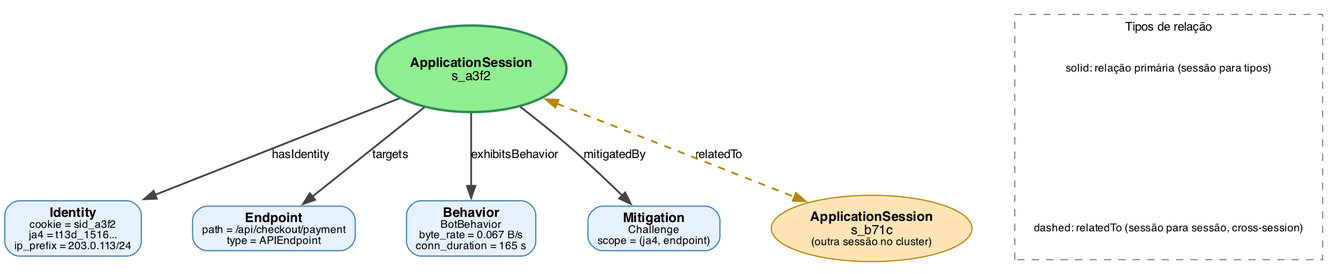
This is docs/figures/png/01-application-session-anatomy.png from Natanael0liveira/knowledge-graph-ddos-article, a Graphviz export, as it was before one commit. Its source is kept beside it as docs/figures/dot/01-application-session-anatomy.dot. The source it was exported from:
```dot

digraph ApplicationSessionAnatomy {
    rankdir=TB;
    bgcolor="white";
    fontname="Helvetica";
    nodesep=0.6;
    ranksep=0.8;

    node [fontname="Helvetica", fontsize=11];
    edge [fontname="Helvetica", fontsize=10, color="#444444"];

    session [
        label=<<B>ApplicationSession</B><BR/>s_a3f2>,
        shape=ellipse,
        style="filled,bold",
        fillcolor="#90EE90",
        color="#2E8B57",
        penwidth=2,
        width=2.2,
        height=1.0
    ];

    identity [
        label=<<B>Identity</B><BR/><FONT POINT-SIZE="9">cookie = sid_a3f2<BR/>ja4 = t13d_1516...<BR/>ip_prefix = 203.0.113/24</FONT>>,
        shape=box,
        style="filled,rounded",
        fillcolor="#E6F2FF",
        color="#4682B4"
    ];

    endpoint [
        label=<<B>Endpoint</B><BR/><FONT POINT-SIZE="9">path = /api/checkout/payment<BR/>type = APIEndpoint</FONT>>,
        shape=box,
        style="filled,rounded",
        fillcolor="#E6F2FF",
        color="#4682B4"
    ];

    behavior [
        label=<<B>Behavior</B><BR/><FONT POINT-SIZE="9">BotBehavior<BR/>byte_rate = 0.067 B/s<BR/>conn_duration = 165 s</FONT>>,
        shape=box,
        style="filled,rounded",
        fillcolor="#E6F2FF",
        color="#4682B4"
    ];

    mitigation [
        label=<<B>Mitigation</B><BR/><FONT POINT-SIZE="9">Challenge<BR/>scope = (ja4, endpoint)</FONT>>,
        shape=box,
        style="filled,rounded",
        fillcolor="#E6F2FF",
        color="#4682B4"
    ];

    other_session [
        label=<<B>ApplicationSession</B><BR/>s_b71c<BR/><FONT POINT-SIZE="9">(outra sessão no cluster)</FONT>>,
        shape=ellipse,
        style="filled",
        fillcolor="#FFE4B5",
        color="#B8860B"
    ];

    session -> identity [label="hasIdentity", penwidth=1.5];
    session -> endpoint [label="targets", penwidth=1.5];
    session -> behavior [label="exhibitsBehavior", penwidth=1.5];
    session -> mitigation [label="mitigatedBy", penwidth=1.5];
    session -> other_session [
        label="relatedTo",
        style=dashed,
        dir=both,
        penwidth=1.5,
        color="#B8860B"
    ];

    subgraph cluster_legend {
        label="Tipos de relação";
        style=dashed;
        color="#888888";
        fontsize=10;
        legend_solid [shape=plaintext, label=<<FONT POINT-SIZE="9">solid: relação primária (sessão para tipos)</FONT>>];
        legend_dashed [shape=plaintext, label=<<FONT POINT-SIZE="9">dashed: relatedTo (sessão para sessão, cross-session)</FONT>>];
        legend_solid -> legend_dashed [style=invis];
    }
}
```
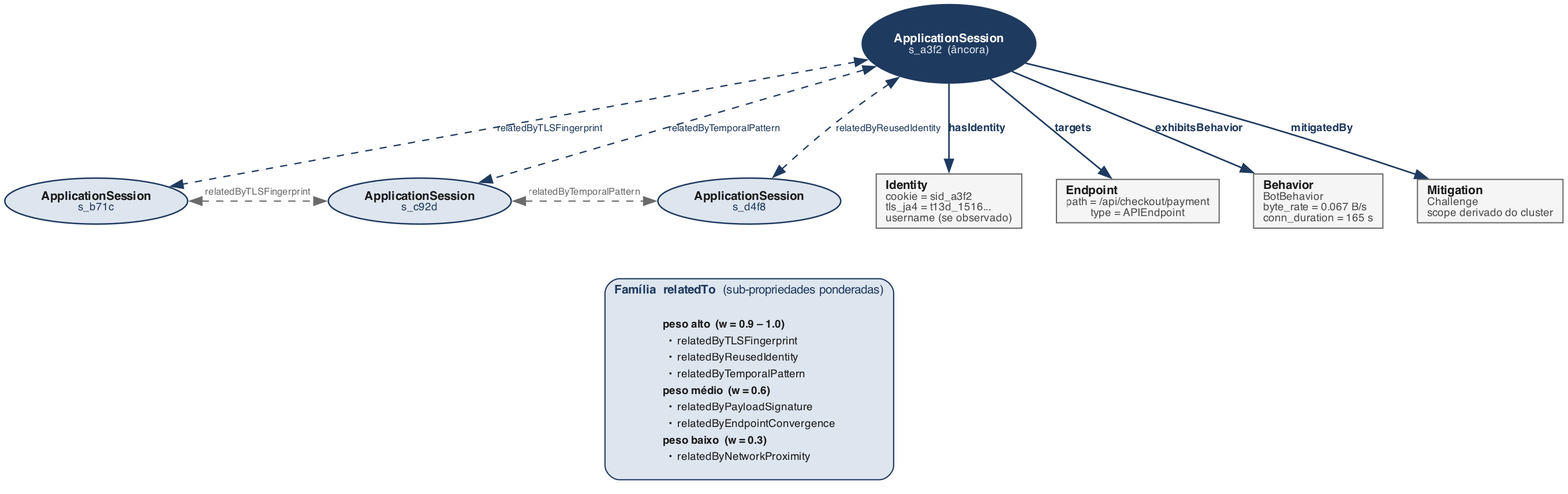
After the commit.

What changed in the source:
```diff
@@ -3,82 +3,146 @@
     rankdir=TB;
     bgcolor="white";
     fontname="Helvetica";
-    nodesep=0.6;
-    ranksep=0.8;
+    fontsize=11;
+    nodesep=0.4;
+    ranksep=0.9;
+    compound=true;
 
-    node [fontname="Helvetica", fontsize=11];
-    edge [fontname="Helvetica", fontsize=10, color="#444444"];
+    node [fontname="Helvetica", fontsize=10, fontcolor="#1A1A1A"];
+    edge [fontname="Helvetica", fontsize=9, color="#6B6B6B", fontcolor="#4A4A4A"];
 
-    session [
-        label=<<B>ApplicationSession</B><BR/>s_a3f2>,
+    s_anchor [
+        label=<<B>ApplicationSession</B><BR/><FONT POINT-SIZE="9" COLOR="#DDE5EE">s_a3f2  (âncora)</FONT>>,
         shape=ellipse,
-        style="filled,bold",
-        fillcolor="#90EE90",
-        color="#2E8B57",
-        penwidth=2,
-        width=2.2,
-        height=1.0
+        style=filled,
+        fillcolor="#1F3A5F",
+        fontcolor="white",
+        color="#1F3A5F",
+        penwidth=1.5,
+        width=2.0,
+        height=0.9
+    ];
+
+    s_b71c [
+        label=<<B>ApplicationSession</B><BR/><FONT POINT-SIZE="9" COLOR="#1F3A5F">s_b71c</FONT>>,
+        shape=ellipse,
+        style=filled,
+        fillcolor="#DDE5EE",
+        color="#1F3A5F",
+        penwidth=1.2,
+        width=1.6
+    ];
+    s_c92d [
+        label=<<B>ApplicationSession</B><BR/><FONT POINT-SIZE="9" COLOR="#1F3A5F">s_c92d</FONT>>,
+        shape=ellipse,
+        style=filled,
+        fillcolor="#DDE5EE",
+        color="#1F3A5F",
+        penwidth=1.2,
+        width=1.6
+    ];
+    s_d4f8 [
+        label=<<B>ApplicationSession</B><BR/><FONT POINT-SIZE="9" COLOR="#1F3A5F">s_d4f8</FONT>>,
+        shape=ellipse,
+        style=filled,
+        fillcolor="#DDE5EE",
+        color="#1F3A5F",
+        penwidth=1.2,
+        width=1.6
+    ];
+
+    s_anchor -> s_b71c [
+        label=<<FONT POINT-SIZE="8">relatedByTLSFingerprint</FONT>>,
+        style=dashed, dir=both, color="#1F3A5F", penwidth=1.1, fontcolor="#1F3A5F"
+    ];
+    s_anchor -> s_c92d [
+        label=<<FONT POINT-SIZE="8">relatedByTemporalPattern</FONT>>,
+        style=dashed, dir=both, color="#1F3A5F", penwidth=1.1, fontcolor="#1F3A5F"
+    ];
+    s_anchor -> s_d4f8 [
+        label=<<FONT POINT-SIZE="8">relatedByReusedIdentity</FONT>>,
+        style=dashed, dir=both, color="#1F3A5F", penwidth=1.1, fontcolor="#1F3A5F"
+    ];
+    s_b71c -> s_c92d [
+        label=<<FONT POINT-SIZE="8">relatedByTLSFingerprint</FONT>>,
+        style=dashed, dir=both, color="#6B6B6B", penwidth=1.0, fontcolor="#6B6B6B",
+        constraint=false
+    ];
+    s_c92d -> s_d4f8 [
+        label=<<FONT POINT-SIZE="8">relatedByTemporalPattern</FONT>>,
+        style=dashed, dir=both, color="#6B6B6B", penwidth=1.0, fontcolor="#6B6B6B",
+        constraint=false
     ];
 
     identity [
-        label=<<B>Identity</B><BR/><FONT POINT-SIZE="9">cookie = sid_a3f2<BR/>ja4 = t13d_1516...<BR/>ip_prefix = 203.0.113/24</FONT>>,
+        label=<<B>Identity</B><BR ALIGN="LEFT"/><FONT POINT-SIZE="9" COLOR="#4A4A4A">cookie = sid_a3f2<BR ALIGN="LEFT"/>tls_ja4 = t13d_1516...<BR ALIGN="LEFT"/>username (se observado)</FONT>>,
         shape=box,
-        style="filled,rounded",
-        fillcolor="#E6F2FF",
-        color="#4682B4"
+        style=filled,
+        fillcolor="#F5F5F5",
+        color="#6B6B6B",
+        penwidth=1
     ];
 
     endpoint [
-        label=<<B>Endpoint</B><BR/><FONT POINT-SIZE="9">path = /api/checkout/payment<BR/>type = APIEndpoint</FONT>>,
+        label=<<B>Endpoint</B><BR ALIGN="LEFT"/><FONT POINT-SIZE="9" COLOR="#4A4A4A">path = /api/checkout/payment<BR ALIGN="LEFT"/>type = APIEndpoint</FONT>>,
         shape=box,
-        style="filled,rounded",
-        fillcolor="#E6F2FF",
-        color="#4682B4"
+        style=filled,
+        fillcolor="#F5F5F5",
+        color="#6B6B6B",
+        penwidth=1
     ];
 
     behavior [
-        label=<<B>Behavior</B><BR/><FONT POINT-SIZE="9">BotBehavior<BR/>byte_rate = 0.067 B/s<BR/>conn_duration = 165 s</FONT>>,
+        label=<<B>Behavior</B><BR ALIGN="LEFT"/><FONT POINT-SIZE="9" COLOR="#4A4A4A">BotBehavior<BR ALIGN="LEFT"/>byte_rate = 0.067 B/s<BR ALIGN="LEFT"/>conn_duration = 165 s</FONT>>,
         shape=box,
-        style="filled,rounded",
-        fillcolor="#E6F2FF",
-        color="#4682B4"
+        style=filled,
+        fillcolor="#F5F5F5",
+        color="#6B6B6B",
+        penwidth=1
     ];
 
     mitigation [
-        label=<<B>Mitigation</B><BR/><FONT POINT-SIZE="9">Challenge<BR/>scope = (ja4, endpoint)</FONT>>,
+        label=<<B>Mitigation</B><BR ALIGN="LEFT"/><FONT POINT-SIZE="9" COLOR="#4A4A4A">Challenge<BR ALIGN="LEFT"/>scope derivado do cluster</FONT>>,
         shape=box,
-        style="filled,rounded",
-        fillcolor="#E6F2FF",
-        color="#4682B4"
+        style=filled,
+        fillcolor="#F5F5F5",
+        color="#6B6B6B",
+        penwidth=1
     ];
 
-    other_session [
-        label=<<B>ApplicationSession</B><BR/>s_b71c<BR/><FONT POINT-SIZE="9">(outra sessão no cluster)</FONT>>,
-        shape=ellipse,
-        style="filled",
-        fillcolor="#FFE4B5",
-        color="#B8860B"
-    ];
+    s_anchor -> identity   [label=<<B>hasIdentity</B>>,        color="#1F3A5F", fontcolor="#1F3A5F", penwidth=1.3];
+    s_anchor -> endpoint   [label=<<B>targets</B>>,             color="#1F3A5F", fontcolor="#1F3A5F", penwidth=1.3];
+    s_anchor -> behavior   [label=<<B>exhibitsBehavior</B>>,    color="#1F3A5F", fontcolor="#1F3A5F", penwidth=1.3];
+    s_anchor -> mitigation [label=<<B>mitigatedBy</B>>,         color="#1F3A5F", fontcolor="#1F3A5F", penwidth=1.3];
 
-    session -> identity [label="hasIdentity", penwidth=1.5];
-    session -> endpoint [label="targets", penwidth=1.5];
-    session -> behavior [label="exhibitsBehavior", penwidth=1.5];
-    session -> mitigation [label="mitigatedBy", penwidth=1.5];
-    session -> other_session [
-        label="relatedTo",
-        style=dashed,
-        dir=both,
-        penwidth=1.5,
-        color="#B8860B"
-    ];
+    subgraph cluster_family {
+        label=<<B>Família  relatedTo</B>  (sub-propriedades ponderadas)>;
+        labelloc="t";
+        labeljust="l";
+        fontsize=10;
+        fontcolor="#1F3A5F";
+        style="filled,rounded";
+        fillcolor="#DDE5EE";
+        color="#1F3A5F";
+        penwidth=1;
 
-    subgraph cluster_legend {
-        label="Tipos de relação";
-        style=dashed;
-        color="#888888";
-        fontsize=10;
-        legend_solid [shape=plaintext, label=<<FONT POINT-SIZE="9">solid: relação primária (sessão para tipos)</FONT>>];
-        legend_dashed [shape=plaintext, label=<<FONT POINT-SIZE="9">dashed: relatedTo (sessão para sessão, cross-session)</FONT>>];
-        legend_solid -> legend_dashed [style=invis];
+        family [
+            shape=plaintext,
+            label=<
+                <TABLE BORDER="0" CELLBORDER="0" CELLSPACING="0" CELLPADDING="2">
+                    <TR><TD ALIGN="LEFT"><FONT POINT-SIZE="9"><B>peso alto  (w = 0.9 – 1.0)</B></FONT></TD></TR>
+                    <TR><TD ALIGN="LEFT"><FONT POINT-SIZE="9">  •  relatedByTLSFingerprint</FONT></TD></TR>
+                    <TR><TD ALIGN="LEFT"><FONT POINT-SIZE="9">  •  relatedByReusedIdentity</FONT></TD></TR>
+                    <TR><TD ALIGN="LEFT"><FONT POINT-SIZE="9">  •  relatedByTemporalPattern</FONT></TD></TR>
+                    <TR><TD ALIGN="LEFT"><FONT POINT-SIZE="9"><B>peso médio  (w = 0.6)</B></FONT></TD></TR>
+                    <TR><TD ALIGN="LEFT"><FONT POINT-SIZE="9">  •  relatedByPayloadSignature</FONT></TD></TR>
+                    <TR><TD ALIGN="LEFT"><FONT POINT-SIZE="9">  •  relatedByEndpointConvergence</FONT></TD></TR>
+                    <TR><TD ALIGN="LEFT"><FONT POINT-SIZE="9"><B>peso baixo  (w = 0.3)</B></FONT></TD></TR>
+                    <TR><TD ALIGN="LEFT"><FONT POINT-SIZE="9">  •  relatedByNetworkProximity</FONT></TD></TR>
+                </TABLE>
+            >
+        ];
     }
+
+    s_d4f8 -> family [style=invis];
 }
```
